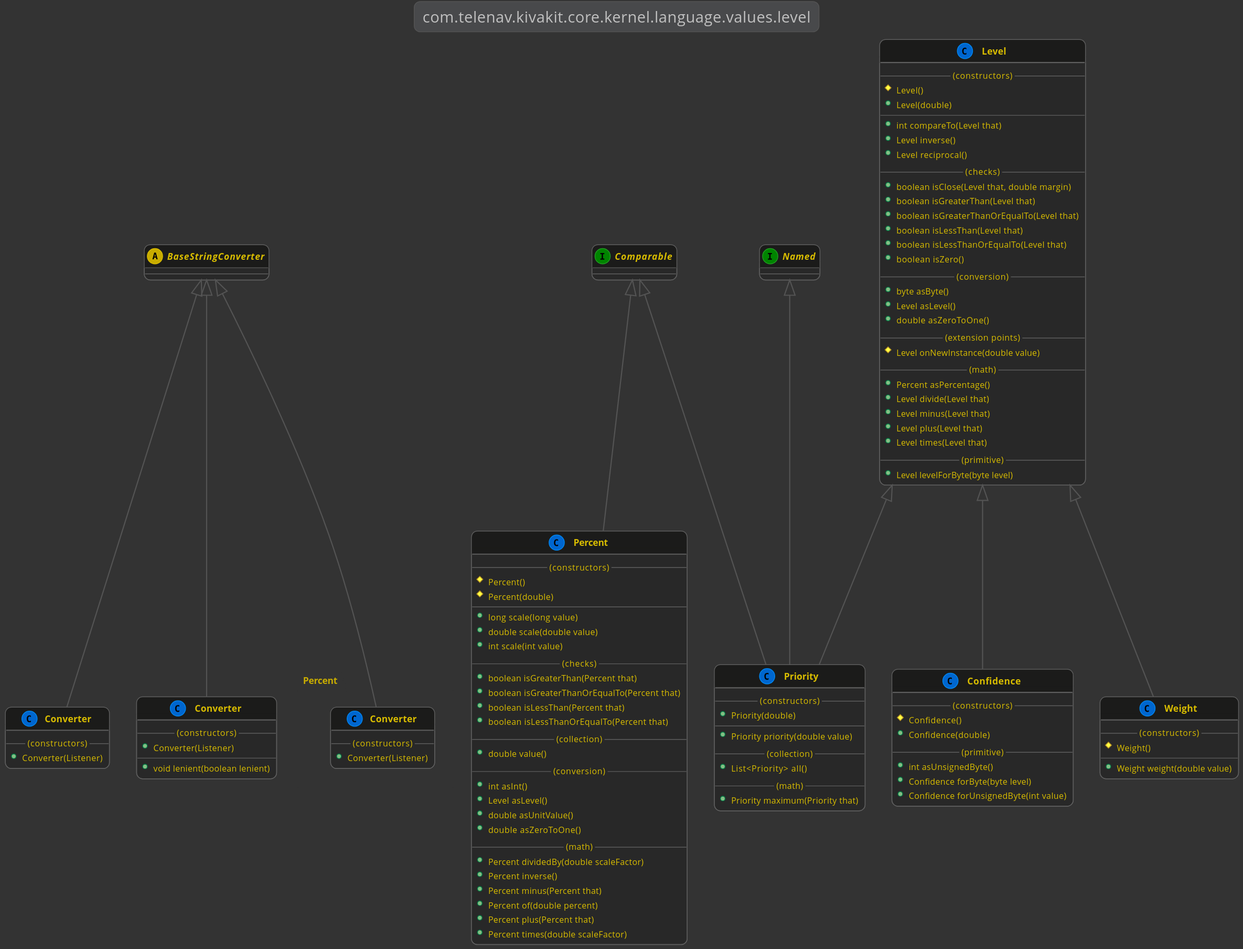
This is kivakit-core/kernel/documentation/diagrams/com.telenav.kivakit.core.kernel.language.values.level.svg from Telenav/kivakit, a PlantUML export, as it was before one commit.
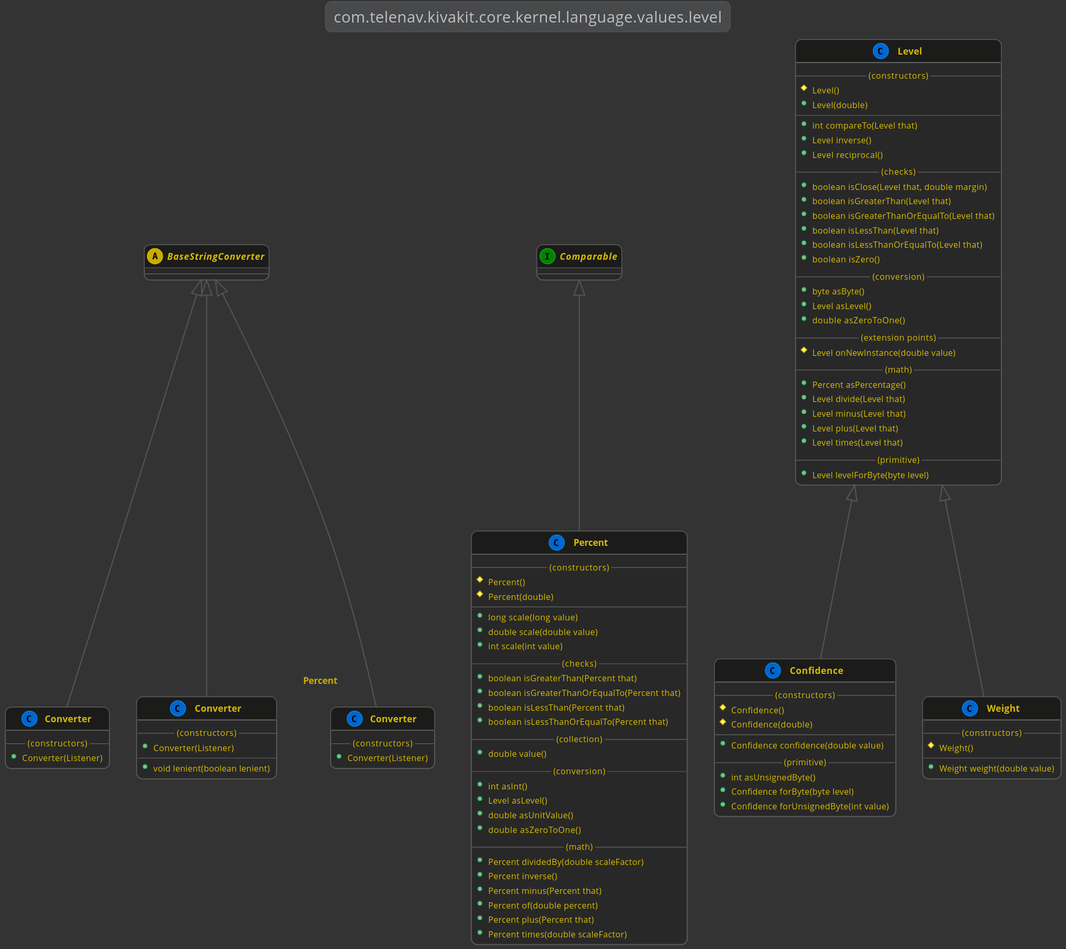
After the change.

The edit, as a diff of the source:
```diff
@@ -6,7 +6,6 @@
 
     abstract BaseStringConverter
 
-    interface Named
     interface Comparable
 
     Level <|-- Confidence
@@ -14,7 +13,9 @@
     {
         --(constructors)--
         #Confidence()
-        +Confidence(double)
+        #Confidence(double)
+        --
+        +Confidence confidence(double value)
         --(primitive)--
         +int asUnsignedByte()
         +Confidence forByte(byte level)
@@ -107,21 +108,6 @@
         +Percent times(double scaleFactor)
     }
 
-    Level <|-- Priority
-    Named <|-- Priority
-    Comparable <|-- Priority
-    class Priority
-    {
-        --(constructors)--
-        +Priority(double)
-        --
-        +Priority priority(double value)
-        --(collection)--
-        +List<Priority> all()
-        --(math)--
-        +Priority maximum(Priority that)
-    }
-
     Level <|-- Weight
     class Weight
     {
```
